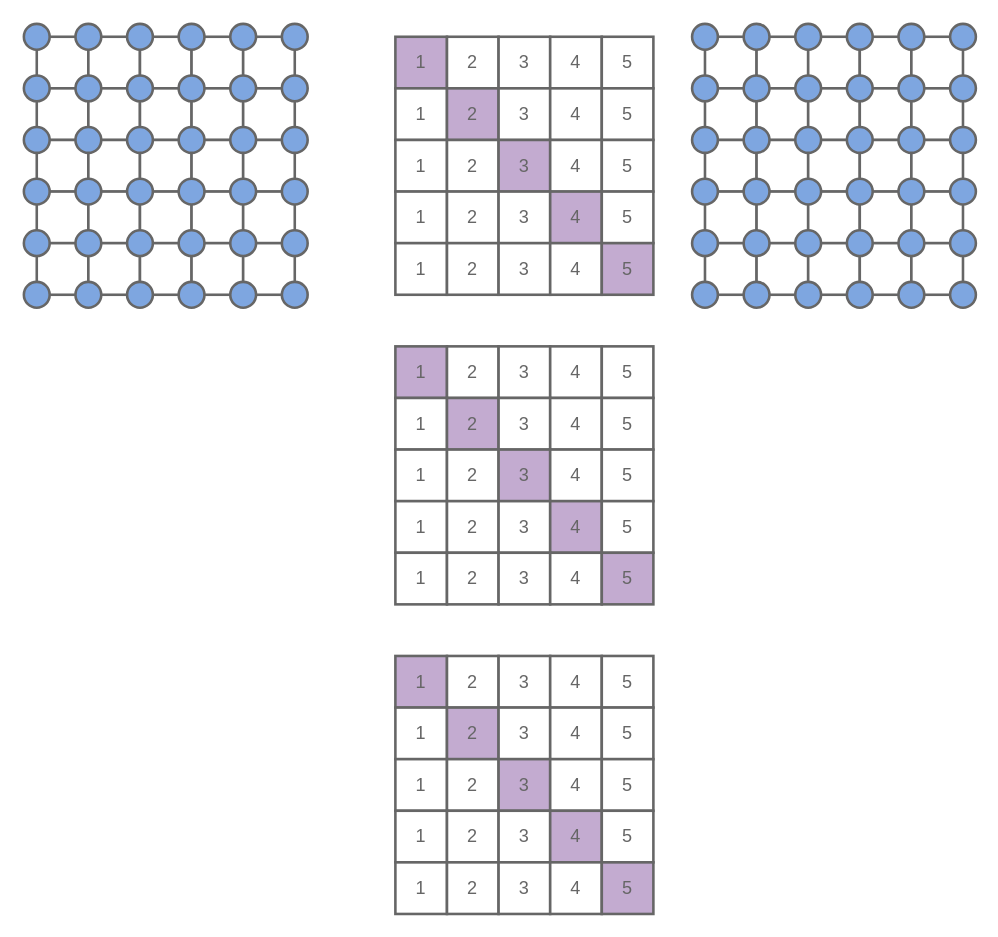
Before: figures/repeated-cross-validation-scheme.drawio in gomesluiz/long-lived-bug-bert-based-prediction, a draw.io diagram. Source tidied: cells renumbered, new cells numbered last; positions are measured from the earlier drawing's top-left corner, leaving out a move shared by most shapes. Both pictures are drawn from the tidied source at 129%, with x=0, y=0 at pixel (23, 23).
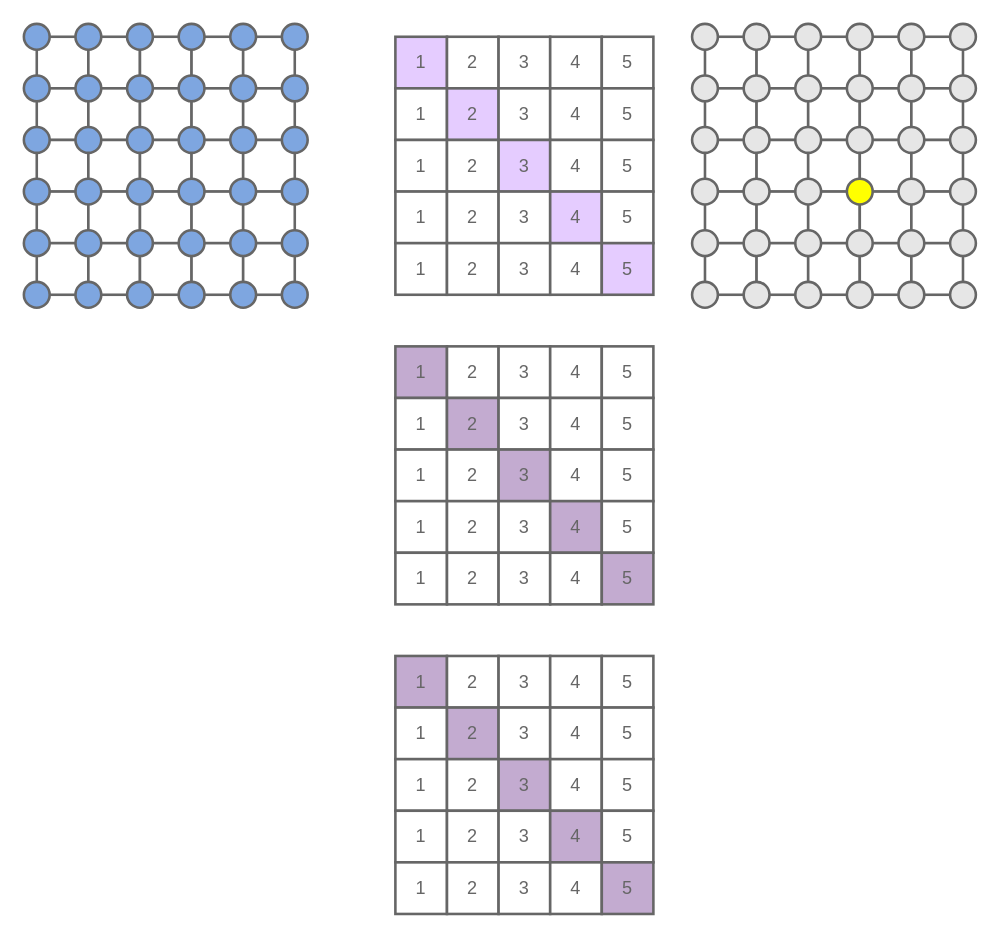
Above is the later version.

Diff of the diagram source:
```diff
@@
-    <mxCell id="63" value="&lt;font style=&quot;font-size: 14px&quot; color=&quot;#666666&quot;&gt;1&lt;/font&gt;" style="rounded=0;whiteSpace=wrap;html=1;strokeColor=#666666;fillColor=#C3ABD0;strokeWidth=2;" parent="1" vertex="1">
+    <mxCell id="63" value="&lt;font style=&quot;font-size: 14px&quot; color=&quot;#666666&quot;&gt;1&lt;/font&gt;" style="rounded=0;whiteSpace=wrap;html=1;strokeColor=#666666;fillColor=#E5CCFF;strokeWidth=2;" parent="1" vertex="1">
       <mxGeometry x="288" y="10" width="40" height="40" as="geometry" />
     </mxCell>
@@
-    <mxCell id="69" value="&lt;font style=&quot;font-size: 14px&quot; color=&quot;#666666&quot;&gt;2&lt;/font&gt;" style="rounded=0;whiteSpace=wrap;html=1;strokeColor=#666666;strokeWidth=2;fillColor=#C3ABD0;" parent="1" vertex="1">
+    <mxCell id="69" value="&lt;font style=&quot;font-size: 14px&quot; color=&quot;#666666&quot;&gt;2&lt;/font&gt;" style="rounded=0;whiteSpace=wrap;html=1;strokeColor=#666666;strokeWidth=2;fillColor=#E5CCFF;" parent="1" vertex="1">
       <mxGeometry x="328" y="50" width="40" height="40" as="geometry" />
     </mxCell>
@@
-    <mxCell id="75" value="&lt;font style=&quot;font-size: 14px&quot; color=&quot;#666666&quot;&gt;3&lt;/font&gt;" style="rounded=0;whiteSpace=wrap;html=1;strokeColor=#666666;strokeWidth=2;fillColor=#C3ABD0;" parent="1" vertex="1">
+    <mxCell id="75" value="&lt;font style=&quot;font-size: 14px&quot; color=&quot;#666666&quot;&gt;3&lt;/font&gt;" style="rounded=0;whiteSpace=wrap;html=1;strokeColor=#666666;strokeWidth=2;fillColor=#E5CCFF;" parent="1" vertex="1">
       <mxGeometry x="368" y="90" width="40" height="40" as="geometry" />
     </mxCell>
@@
-    <mxCell id="81" value="&lt;font style=&quot;font-size: 14px&quot; color=&quot;#666666&quot;&gt;4&lt;/font&gt;" style="rounded=0;whiteSpace=wrap;html=1;strokeColor=#666666;strokeWidth=2;fillColor=#C3ABD0;" parent="1" vertex="1">
+    <mxCell id="81" value="&lt;font style=&quot;font-size: 14px&quot; color=&quot;#666666&quot;&gt;4&lt;/font&gt;" style="rounded=0;whiteSpace=wrap;html=1;strokeColor=#666666;strokeWidth=2;fillColor=#E5CCFF;" parent="1" vertex="1">
       <mxGeometry x="408" y="130" width="40" height="40" as="geometry" />
     </mxCell>
@@
-    <mxCell id="87" value="&lt;font style=&quot;font-size: 14px&quot; color=&quot;#666666&quot;&gt;5&lt;/font&gt;" style="rounded=0;whiteSpace=wrap;html=1;strokeColor=#666666;strokeWidth=2;fillColor=#C3ABD0;" parent="1" vertex="1">
+    <mxCell id="87" value="&lt;font style=&quot;font-size: 14px&quot; color=&quot;#666666&quot;&gt;5&lt;/font&gt;" style="rounded=0;whiteSpace=wrap;html=1;strokeColor=#666666;strokeWidth=2;fillColor=#E5CCFF;" parent="1" vertex="1">
       <mxGeometry x="448" y="170" width="40" height="40" as="geometry" />
     </mxCell>
@@
-    <mxCell id="163" style="ellipse;whiteSpace=wrap;html=1;strokeColor=#666666;fillColor=#7EA6E0;strokeWidth=2;" parent="1" vertex="1">
+    <mxCell id="163" style="ellipse;whiteSpace=wrap;html=1;strokeColor=#666666;fillColor=#E6E6E6;strokeWidth=2;" parent="1" vertex="1">
       <mxGeometry x="558" y="40" width="20" height="20" as="geometry" />
     </mxCell>
-    <mxCell id="164" style="ellipse;whiteSpace=wrap;html=1;strokeColor=#666666;fillColor=#7EA6E0;strokeWidth=2;" parent="1" vertex="1">
+    <mxCell id="164" style="ellipse;whiteSpace=wrap;html=1;strokeColor=#666666;fillColor=#E6E6E6;strokeWidth=2;" parent="1" vertex="1">
       <mxGeometry x="598" y="40" width="20" height="20" as="geometry" />
     </mxCell>
-    <mxCell id="165" style="ellipse;whiteSpace=wrap;html=1;strokeColor=#666666;fillColor=#7EA6E0;strokeWidth=2;" parent="1" vertex="1">
+    <mxCell id="165" style="ellipse;whiteSpace=wrap;html=1;strokeColor=#666666;fillColor=#E6E6E6;strokeWidth=2;" parent="1" vertex="1">
       <mxGeometry x="638" y="40" width="20" height="20" as="geometry" />
     </mxCell>
-    <mxCell id="166" style="ellipse;whiteSpace=wrap;html=1;strokeColor=#666666;fillColor=#7EA6E0;strokeWidth=2;" parent="1" vertex="1">
+    <mxCell id="166" style="ellipse;whiteSpace=wrap;html=1;strokeColor=#666666;fillColor=#E6E6E6;strokeWidth=2;" parent="1" vertex="1">
       <mxGeometry x="678" y="40" width="20" height="20" as="geometry" />
     </mxCell>
-    <mxCell id="167" style="ellipse;whiteSpace=wrap;html=1;strokeColor=#666666;fillColor=#7EA6E0;strokeWidth=2;" parent="1" vertex="1">
+    <mxCell id="167" style="ellipse;whiteSpace=wrap;html=1;strokeColor=#666666;fillColor=#E6E6E6;strokeWidth=2;" parent="1" vertex="1">
       <mxGeometry x="718" y="40" width="20" height="20" as="geometry" />
     </mxCell>
-    <mxCell id="168" style="ellipse;whiteSpace=wrap;html=1;strokeColor=#666666;fillColor=#7EA6E0;strokeWidth=2;" parent="1" vertex="1">
+    <mxCell id="168" style="ellipse;whiteSpace=wrap;html=1;strokeColor=#666666;fillColor=#E6E6E6;strokeWidth=2;" parent="1" vertex="1">
       <mxGeometry x="518" y="40" width="20" height="20" as="geometry" />
     </mxCell>
-    <mxCell id="169" style="ellipse;whiteSpace=wrap;html=1;strokeColor=#666666;fillColor=#7EA6E0;strokeWidth=2;" parent="1" vertex="1">
+    <mxCell id="169" style="ellipse;whiteSpace=wrap;html=1;strokeColor=#666666;fillColor=#E6E6E6;strokeWidth=2;" parent="1" vertex="1">
       <mxGeometry x="558" y="80" width="20" height="20" as="geometry" />
     </mxCell>
-    <mxCell id="170" style="ellipse;whiteSpace=wrap;html=1;strokeColor=#666666;fillColor=#7EA6E0;strokeWidth=2;" parent="1" vertex="1">
+    <mxCell id="170" style="ellipse;whiteSpace=wrap;html=1;strokeColor=#666666;fillColor=#E6E6E6;strokeWidth=2;" parent="1" vertex="1">
       <mxGeometry x="598" y="80" width="20" height="20" as="geometry" />
     </mxCell>
-    <mxCell id="171" style="ellipse;whiteSpace=wrap;html=1;strokeColor=#666666;fillColor=#7EA6E0;strokeWidth=2;" parent="1" vertex="1">
+    <mxCell id="171" style="ellipse;whiteSpace=wrap;html=1;strokeColor=#666666;fillColor=#E6E6E6;strokeWidth=2;" parent="1" vertex="1">
       <mxGeometry x="638" y="80" width="20" height="20" as="geometry" />
     </mxCell>
-    <mxCell id="172" style="ellipse;whiteSpace=wrap;html=1;strokeColor=#666666;fillColor=#7EA6E0;strokeWidth=2;" parent="1" vertex="1">
+    <mxCell id="172" style="ellipse;whiteSpace=wrap;html=1;strokeColor=#666666;fillColor=#E6E6E6;strokeWidth=2;" parent="1" vertex="1">
       <mxGeometry x="678" y="80" width="20" height="20" as="geometry" />
     </mxCell>
-    <mxCell id="173" style="ellipse;whiteSpace=wrap;html=1;strokeColor=#666666;fillColor=#7EA6E0;strokeWidth=2;" parent="1" vertex="1">
+    <mxCell id="173" style="ellipse;whiteSpace=wrap;html=1;strokeColor=#666666;fillColor=#E6E6E6;strokeWidth=2;" parent="1" vertex="1">
       <mxGeometry x="718" y="80" width="20" height="20" as="geometry" />
     </mxCell>
-    <mxCell id="174" style="ellipse;whiteSpace=wrap;html=1;strokeColor=#666666;fillColor=#7EA6E0;strokeWidth=2;" parent="1" vertex="1">
+    <mxCell id="174" style="ellipse;whiteSpace=wrap;html=1;strokeColor=#666666;fillColor=#E6E6E6;strokeWidth=2;" parent="1" vertex="1">
       <mxGeometry x="518" y="80" width="20" height="20" as="geometry" />
     </mxCell>
-    <mxCell id="175" style="ellipse;whiteSpace=wrap;html=1;strokeColor=#666666;fillColor=#7EA6E0;strokeWidth=2;" parent="1" vertex="1">
+    <mxCell id="175" style="ellipse;whiteSpace=wrap;html=1;strokeColor=#666666;fillColor=#E6E6E6;strokeWidth=2;" parent="1" vertex="1">
       <mxGeometry x="558" y="120" width="20" height="20" as="geometry" />
     </mxCell>
-    <mxCell id="176" style="ellipse;whiteSpace=wrap;html=1;strokeColor=#666666;fillColor=#7EA6E0;strokeWidth=2;" parent="1" vertex="1">
+    <mxCell id="176" style="ellipse;whiteSpace=wrap;html=1;strokeColor=#666666;fillColor=#E6E6E6;strokeWidth=2;" parent="1" vertex="1">
       <mxGeometry x="598" y="120" width="20" height="20" as="geometry" />
     </mxCell>
-    <mxCell id="177" style="ellipse;whiteSpace=wrap;html=1;strokeColor=#666666;fillColor=#7EA6E0;strokeWidth=2;" parent="1" vertex="1">
+    <mxCell id="177" style="ellipse;whiteSpace=wrap;html=1;strokeColor=#666666;fillColor=#FFFF00;strokeWidth=2;" parent="1" vertex="1">
       <mxGeometry x="638" y="120" width="20" height="20" as="geometry" />
     </mxCell>
-    <mxCell id="178" style="ellipse;whiteSpace=wrap;html=1;strokeColor=#666666;fillColor=#7EA6E0;strokeWidth=2;" parent="1" vertex="1">
+    <mxCell id="178" style="ellipse;whiteSpace=wrap;html=1;strokeColor=#666666;fillColor=#E6E6E6;strokeWidth=2;" parent="1" vertex="1">
       <mxGeometry x="678" y="120" width="20" height="20" as="geometry" />
     </mxCell>
-    <mxCell id="179" style="ellipse;whiteSpace=wrap;html=1;strokeColor=#666666;fillColor=#7EA6E0;strokeWidth=2;" parent="1" vertex="1">
+    <mxCell id="179" style="ellipse;whiteSpace=wrap;html=1;strokeColor=#666666;fillColor=#E6E6E6;strokeWidth=2;" parent="1" vertex="1">
       <mxGeometry x="718" y="120" width="20" height="20" as="geometry" />
     </mxCell>
-    <mxCell id="180" style="ellipse;whiteSpace=wrap;html=1;strokeColor=#666666;fillColor=#7EA6E0;strokeWidth=2;" parent="1" vertex="1">
+    <mxCell id="180" style="ellipse;whiteSpace=wrap;html=1;strokeColor=#666666;fillColor=#E6E6E6;strokeWidth=2;" parent="1" vertex="1">
       <mxGeometry x="518" y="120" width="20" height="20" as="geometry" />
     </mxCell>
-    <mxCell id="181" style="ellipse;whiteSpace=wrap;html=1;strokeColor=#666666;fillColor=#7EA6E0;strokeWidth=2;" parent="1" vertex="1">
+    <mxCell id="181" style="ellipse;whiteSpace=wrap;html=1;strokeColor=#666666;fillColor=#E6E6E6;strokeWidth=2;" parent="1" vertex="1">
       <mxGeometry x="558" y="160" width="20" height="20" as="geometry" />
     </mxCell>
-    <mxCell id="182" style="ellipse;whiteSpace=wrap;html=1;strokeColor=#666666;fillColor=#7EA6E0;strokeWidth=2;" parent="1" vertex="1">
+    <mxCell id="182" style="ellipse;whiteSpace=wrap;html=1;strokeColor=#666666;fillColor=#E6E6E6;strokeWidth=2;" parent="1" vertex="1">
       <mxGeometry x="598" y="160" width="20" height="20" as="geometry" />
     </mxCell>
-    <mxCell id="183" style="ellipse;whiteSpace=wrap;html=1;strokeColor=#666666;fillColor=#7EA6E0;strokeWidth=2;" parent="1" vertex="1">
+    <mxCell id="183" style="ellipse;whiteSpace=wrap;html=1;strokeColor=#666666;fillColor=#E6E6E6;strokeWidth=2;" parent="1" vertex="1">
       <mxGeometry x="638" y="160" width="20" height="20" as="geometry" />
     </mxCell>
-    <mxCell id="184" style="ellipse;whiteSpace=wrap;html=1;strokeColor=#666666;fillColor=#7EA6E0;strokeWidth=2;" parent="1" vertex="1">
+    <mxCell id="184" style="ellipse;whiteSpace=wrap;html=1;strokeColor=#666666;fillColor=#E6E6E6;strokeWidth=2;" parent="1" vertex="1">
       <mxGeometry x="678" y="160" width="20" height="20" as="geometry" />
     </mxCell>
-    <mxCell id="185" style="ellipse;whiteSpace=wrap;html=1;strokeColor=#666666;fillColor=#7EA6E0;strokeWidth=2;" parent="1" vertex="1">
+    <mxCell id="185" style="ellipse;whiteSpace=wrap;html=1;strokeColor=#666666;fillColor=#E6E6E6;strokeWidth=2;" parent="1" vertex="1">
       <mxGeometry x="718" y="160" width="20" height="20" as="geometry" />
     </mxCell>
-    <mxCell id="186" style="ellipse;whiteSpace=wrap;html=1;strokeColor=#666666;fillColor=#7EA6E0;strokeWidth=2;" parent="1" vertex="1">
+    <mxCell id="186" style="ellipse;whiteSpace=wrap;html=1;strokeColor=#666666;fillColor=#E6E6E6;strokeWidth=2;" parent="1" vertex="1">
       <mxGeometry x="518" y="160" width="20" height="20" as="geometry" />
     </mxCell>
-    <mxCell id="187" style="ellipse;whiteSpace=wrap;html=1;strokeColor=#666666;fillColor=#7EA6E0;strokeWidth=2;" parent="1" vertex="1">
+    <mxCell id="187" style="ellipse;whiteSpace=wrap;html=1;strokeColor=#666666;fillColor=#E6E6E6;strokeWidth=2;" parent="1" vertex="1">
       <mxGeometry x="558" y="200" width="20" height="20" as="geometry" />
     </mxCell>
-    <mxCell id="188" style="ellipse;whiteSpace=wrap;html=1;strokeColor=#666666;fillColor=#7EA6E0;strokeWidth=2;" parent="1" vertex="1">
+    <mxCell id="188" style="ellipse;whiteSpace=wrap;html=1;strokeColor=#666666;fillColor=#E6E6E6;strokeWidth=2;" parent="1" vertex="1">
       <mxGeometry x="598" y="200" width="20" height="20" as="geometry" />
     </mxCell>
-    <mxCell id="189" style="ellipse;whiteSpace=wrap;html=1;strokeColor=#666666;fillColor=#7EA6E0;strokeWidth=2;" parent="1" vertex="1">
+    <mxCell id="189" style="ellipse;whiteSpace=wrap;html=1;strokeColor=#666666;fillColor=#E6E6E6;strokeWidth=2;" parent="1" vertex="1">
       <mxGeometry x="638" y="200" width="20" height="20" as="geometry" />
     </mxCell>
-    <mxCell id="190" style="ellipse;whiteSpace=wrap;html=1;strokeColor=#666666;fillColor=#7EA6E0;strokeWidth=2;" parent="1" vertex="1">
+    <mxCell id="190" style="ellipse;whiteSpace=wrap;html=1;strokeColor=#666666;fillColor=#E6E6E6;strokeWidth=2;" parent="1" vertex="1">
       <mxGeometry x="678" y="200" width="20" height="20" as="geometry" />
     </mxCell>
-    <mxCell id="191" style="ellipse;whiteSpace=wrap;html=1;strokeColor=#666666;fillColor=#7EA6E0;strokeWidth=2;" parent="1" vertex="1">
+    <mxCell id="191" style="ellipse;whiteSpace=wrap;html=1;strokeColor=#666666;fillColor=#E6E6E6;strokeWidth=2;" parent="1" vertex="1">
       <mxGeometry x="718" y="200" width="20" height="20" as="geometry" />
     </mxCell>
-    <mxCell id="192" style="ellipse;whiteSpace=wrap;html=1;strokeColor=#666666;fillColor=#7EA6E0;strokeWidth=2;" parent="1" vertex="1">
+    <mxCell id="192" style="ellipse;whiteSpace=wrap;html=1;strokeColor=#666666;fillColor=#E6E6E6;strokeWidth=2;" parent="1" vertex="1">
       <mxGeometry x="518" y="200" width="20" height="20" as="geometry" />
     </mxCell>
-    <mxCell id="193" style="ellipse;whiteSpace=wrap;html=1;strokeColor=#666666;fillColor=#7EA6E0;strokeWidth=2;" parent="1" vertex="1">
+    <mxCell id="193" style="ellipse;whiteSpace=wrap;html=1;strokeColor=#666666;fillColor=#E6E6E6;strokeWidth=2;" parent="1" vertex="1">
       <mxGeometry x="558" width="20" height="20" as="geometry" />
     </mxCell>
-    <mxCell id="194" style="ellipse;whiteSpace=wrap;html=1;strokeColor=#666666;fillColor=#7EA6E0;strokeWidth=2;" parent="1" vertex="1">
+    <mxCell id="194" style="ellipse;whiteSpace=wrap;html=1;strokeColor=#666666;fillColor=#E6E6E6;strokeWidth=2;" parent="1" vertex="1">
       <mxGeometry x="598" width="20" height="20" as="geometry" />
     </mxCell>
-    <mxCell id="195" style="ellipse;whiteSpace=wrap;html=1;strokeColor=#666666;fillColor=#7EA6E0;strokeWidth=2;" parent="1" vertex="1">
+    <mxCell id="195" style="ellipse;whiteSpace=wrap;html=1;strokeColor=#666666;fillColor=#E6E6E6;strokeWidth=2;" parent="1" vertex="1">
       <mxGeometry x="638" width="20" height="20" as="geometry" />
     </mxCell>
-    <mxCell id="196" style="ellipse;whiteSpace=wrap;html=1;strokeColor=#666666;fillColor=#7EA6E0;strokeWidth=2;" parent="1" vertex="1">
+    <mxCell id="196" style="ellipse;whiteSpace=wrap;html=1;strokeColor=#666666;fillColor=#E6E6E6;strokeWidth=2;" parent="1" vertex="1">
       <mxGeometry x="678" width="20" height="20" as="geometry" />
     </mxCell>
-    <mxCell id="197" style="ellipse;whiteSpace=wrap;html=1;strokeColor=#666666;fillColor=#7EA6E0;strokeWidth=2;" parent="1" vertex="1">
+    <mxCell id="197" style="ellipse;whiteSpace=wrap;html=1;strokeColor=#666666;fillColor=#E6E6E6;strokeWidth=2;" parent="1" vertex="1">
       <mxGeometry x="718" width="20" height="20" as="geometry" />
     </mxCell>
-    <mxCell id="198" style="ellipse;whiteSpace=wrap;html=1;strokeColor=#666666;fillColor=#7EA6E0;strokeWidth=2;" parent="1" vertex="1">
+    <mxCell id="198" style="ellipse;whiteSpace=wrap;html=1;strokeColor=#666666;fillColor=#E6E6E6;strokeWidth=2;" parent="1" vertex="1">
       <mxGeometry x="518" width="20" height="20" as="geometry" />
     </mxCell>
```
